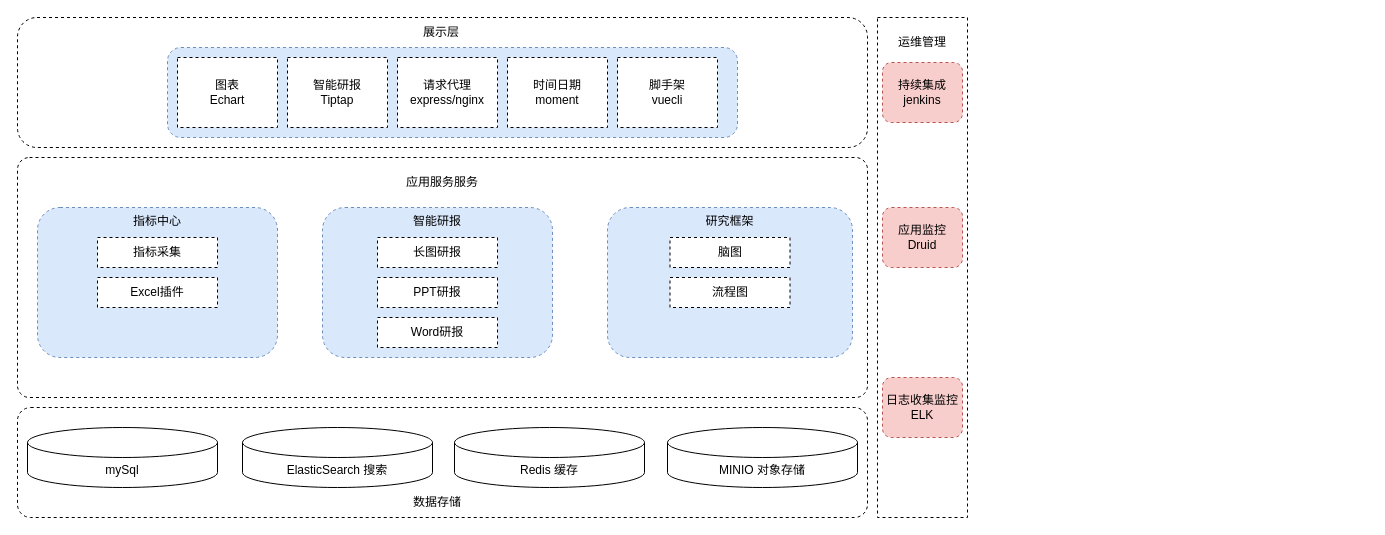
Earlier version of the draw.io diagram KM功能架构图.drawio (lance631/notes). Source tidied: cells renumbered, new cells numbered last; positions are measured from the earlier drawing's top-left corner, leaving out a move shared by most shapes. Both pictures are drawn from the tidied source at 100%, with x=0, y=0 at pixel (17, 17).
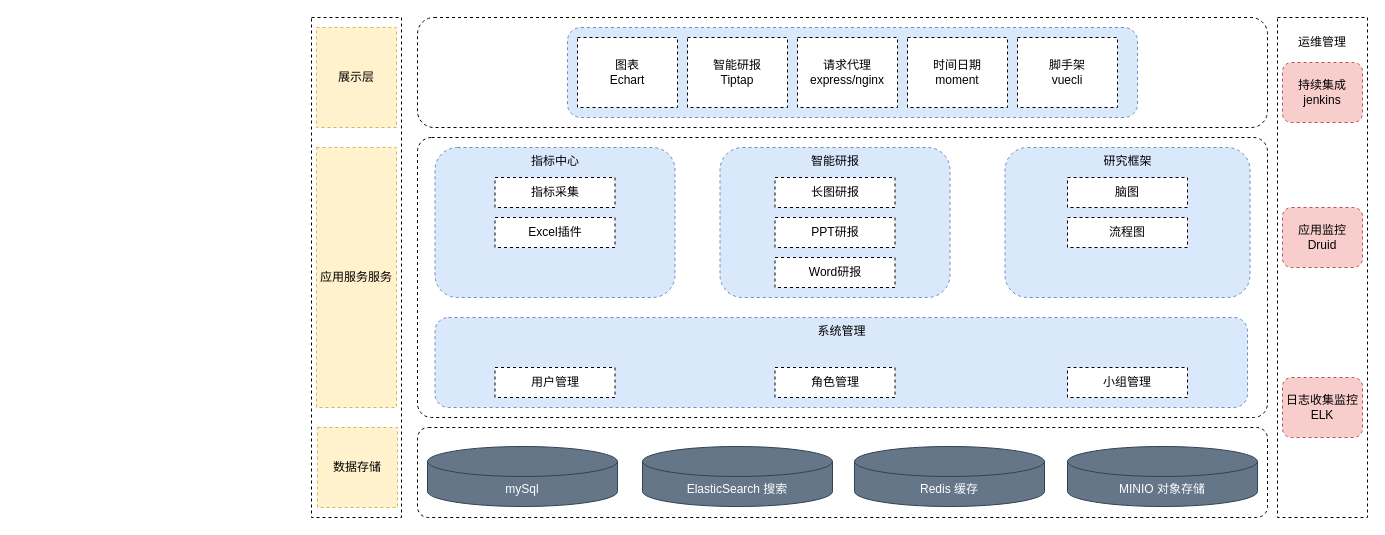
The same diagram, later.

Commit message:
更新KM功能架构图.drawio

Diff of the diagram source:
```diff
@@
+    <mxCell id="33" style="rounded=0;whiteSpace=wrap;html=1;dashed=1;" parent="1" vertex="1">
+      <mxGeometry x="294" width="90" height="500" as="geometry" />
+    </mxCell>
     <mxCell id="2" style="rounded=1;whiteSpace=wrap;html=1;dashed=1;arcSize=12;" parent="1" vertex="1">
-      <mxGeometry y="390" width="850" height="110" as="geometry" />
+      <mxGeometry x="400" y="410" width="850" height="90" as="geometry" />
     </mxCell>
-    <mxCell id="3" value="mySql" style="shape=cylinder3;whiteSpace=wrap;html=1;boundedLbl=1;backgroundOutline=1;size=15;" parent="1" vertex="1">
-      <mxGeometry x="10" y="410" width="190" height="60" as="geometry" />
+    <mxCell id="3" value="mySql" style="shape=cylinder3;whiteSpace=wrap;html=1;boundedLbl=1;backgroundOutline=1;size=15;fillColor=#647687;fontColor=#ffffff;strokeColor=#314354;" parent="1" vertex="1">
+      <mxGeometry x="410" y="429" width="190" height="60" as="geometry" />
     </mxCell>
-    <mxCell id="4" value="ElasticSearch 搜索" style="shape=cylinder3;whiteSpace=wrap;html=1;boundedLbl=1;backgroundOutline=1;size=15;" parent="1" vertex="1">
-      <mxGeometry x="225" y="410" width="190" height="60" as="geometry" />
+    <mxCell id="4" value="ElasticSearch 搜索" style="shape=cylinder3;whiteSpace=wrap;html=1;boundedLbl=1;backgroundOutline=1;size=15;fillColor=#647687;fontColor=#ffffff;strokeColor=#314354;" parent="1" vertex="1">
+      <mxGeometry x="625" y="429" width="190" height="60" as="geometry" />
     </mxCell>
-    <mxCell id="5" value="Redis 缓存" style="shape=cylinder3;whiteSpace=wrap;html=1;boundedLbl=1;backgroundOutline=1;size=15;" parent="1" vertex="1">
-      <mxGeometry x="437" y="410" width="190" height="60" as="geometry" />
+    <mxCell id="5" value="Redis 缓存" style="shape=cylinder3;whiteSpace=wrap;html=1;boundedLbl=1;backgroundOutline=1;size=15;fillColor=#647687;fontColor=#ffffff;strokeColor=#314354;" parent="1" vertex="1">
+      <mxGeometry x="837" y="429" width="190" height="60" as="geometry" />
     </mxCell>
-    <mxCell id="6" value="MINIO 对象存储" style="shape=cylinder3;whiteSpace=wrap;html=1;boundedLbl=1;backgroundOutline=1;size=15;" parent="1" vertex="1">
-      <mxGeometry x="650" y="410" width="190" height="60" as="geometry" />
+    <mxCell id="6" value="MINIO 对象存储" style="shape=cylinder3;whiteSpace=wrap;html=1;boundedLbl=1;backgroundOutline=1;size=15;fillColor=#647687;fontColor=#ffffff;strokeColor=#314354;" parent="1" vertex="1">
+      <mxGeometry x="1050" y="429" width="190" height="60" as="geometry" />
     </mxCell>
-    <mxCell id="7" value="数据存储" style="text;html=1;strokeColor=none;fillColor=none;align=center;verticalAlign=middle;whiteSpace=wrap;rounded=0;" parent="1" vertex="1">
-      <mxGeometry x="390" y="470" width="60" height="30" as="geometry" />
+    <mxCell id="7" value="数据存储" style="text;html=1;strokeColor=#d6b656;fillColor=#fff2cc;align=center;verticalAlign=middle;whiteSpace=wrap;rounded=0;dashed=1;" parent="1" vertex="1">
+      <mxGeometry x="300" y="410" width="80" height="80" as="geometry" />
     </mxCell>
     <mxCell id="8" style="rounded=1;whiteSpace=wrap;html=1;dashed=1;arcSize=5;" parent="1" vertex="1">
-      <mxGeometry y="140" width="850" height="240" as="geometry" />
+      <mxGeometry x="400" y="120" width="850" height="280" as="geometry" />
     </mxCell>
-    <mxCell id="9" value="应用服务服务" style="text;html=1;strokeColor=none;fillColor=none;align=center;verticalAlign=middle;whiteSpace=wrap;rounded=0;" parent="1" vertex="1">
-      <mxGeometry x="385" y="150" width="80" height="30" as="geometry" />
+    <mxCell id="9" value="应用服务服务" style="text;html=1;strokeColor=#d6b656;fillColor=#fff2cc;align=center;verticalAlign=middle;whiteSpace=wrap;rounded=0;dashed=1;" parent="1" vertex="1">
+      <mxGeometry x="299" y="130" width="80" height="260" as="geometry" />
     </mxCell>
     <mxCell id="10" value="指标中心" style="rounded=1;whiteSpace=wrap;html=1;dashed=1;fillColor=#dae8fc;strokeColor=#6c8ebf;verticalAlign=top;" parent="1" vertex="1">
-      <mxGeometry x="20" y="190" width="240" height="150" as="geometry" />
+      <mxGeometry x="417.5" y="130" width="240" height="150" as="geometry" />
     </mxCell>
     <mxCell id="11" value="智能研报" style="rounded=1;whiteSpace=wrap;html=1;dashed=1;fillColor=#dae8fc;strokeColor=#6c8ebf;verticalAlign=top;" parent="1" vertex="1">
-      <mxGeometry x="305" y="190" width="230" height="150" as="geometry" />
+      <mxGeometry x="702.5" y="130" width="230" height="150" as="geometry" />
     </mxCell>
     <mxCell id="12" value="研究框架" style="rounded=1;whiteSpace=wrap;html=1;dashed=1;fillColor=#dae8fc;strokeColor=#6c8ebf;verticalAlign=top;" parent="1" vertex="1">
-      <mxGeometry x="590" y="190" width="245" height="150" as="geometry" />
+      <mxGeometry x="987.5" y="130" width="245" height="150" as="geometry" />
     </mxCell>
     <mxCell id="13" value="长图研报" style="rounded=0;whiteSpace=wrap;html=1;dashed=1;" parent="1" vertex="1">
-      <mxGeometry x="360" y="220" width="120" height="30" as="geometry" />
+      <mxGeometry x="757.5" y="160" width="120" height="30" as="geometry" />
     </mxCell>
     <mxCell id="14" value="PPT研报" style="rounded=0;whiteSpace=wrap;html=1;dashed=1;" parent="1" vertex="1">
-      <mxGeometry x="360" y="260" width="120" height="30" as="geometry" />
+      <mxGeometry x="757.5" y="200" width="120" height="30" as="geometry" />
     </mxCell>
     <mxCell id="15" value="Word研报" style="rounded=0;whiteSpace=wrap;html=1;dashed=1;" parent="1" vertex="1">
-      <mxGeometry x="360" y="300" width="120" height="30" as="geometry" />
+      <mxGeometry x="757.5" y="240" width="120" height="30" as="geometry" />
     </mxCell>
     <mxCell id="16" value="脑图" style="rounded=0;whiteSpace=wrap;html=1;dashed=1;" parent="1" vertex="1">
-      <mxGeometry x="652.5" y="220" width="120" height="30" as="geometry" />
+      <mxGeometry x="1050" y="160" width="120" height="30" as="geometry" />
     </mxCell>
     <mxCell id="17" value="流程图" style="rounded=0;whiteSpace=wrap;html=1;dashed=1;" parent="1" vertex="1">
-      <mxGeometry x="652.5" y="260" width="120" height="30" as="geometry" />
+      <mxGeometry x="1050" y="200" width="120" height="30" as="geometry" />
     </mxCell>
     <mxCell id="18" value="指标采集" style="rounded=0;whiteSpace=wrap;html=1;dashed=1;" parent="1" vertex="1">
-      <mxGeometry x="80" y="220" width="120" height="30" as="geometry" />
+      <mxGeometry x="477.5" y="160" width="120" height="30" as="geometry" />
     </mxCell>
     <mxCell id="19" value="Excel插件" style="rounded=0;whiteSpace=wrap;html=1;dashed=1;" parent="1" vertex="1">
-      <mxGeometry x="80" y="260" width="120" height="30" as="geometry" />
+      <mxGeometry x="477.5" y="200" width="120" height="30" as="geometry" />
     </mxCell>
     <mxCell id="20" style="rounded=1;whiteSpace=wrap;html=1;dashed=1;" parent="1" vertex="1">
-      <mxGeometry width="850" height="130" as="geometry" />
+      <mxGeometry x="400" width="850" height="110" as="geometry" />
     </mxCell>
-    <mxCell id="21" value="展示层" style="text;html=1;strokeColor=none;fillColor=none;align=center;verticalAlign=middle;whiteSpace=wrap;rounded=0;" parent="1" vertex="1">
-      <mxGeometry x="384" width="80" height="30" as="geometry" />
+    <mxCell id="21" value="展示层" style="text;html=1;strokeColor=#d6b656;fillColor=#fff2cc;align=center;verticalAlign=middle;whiteSpace=wrap;rounded=0;dashed=1;" parent="1" vertex="1">
+      <mxGeometry x="299" y="10" width="80" height="100" as="geometry" />
     </mxCell>
     <mxCell id="22" style="rounded=1;whiteSpace=wrap;html=1;dashed=1;fillColor=#dae8fc;strokeColor=#6c8ebf;verticalAlign=top;" parent="1" vertex="1">
-      <mxGeometry x="150" y="30" width="570" height="90" as="geometry" />
+      <mxGeometry x="550" y="10" width="570" height="90" as="geometry" />
     </mxCell>
     <mxCell id="23" value="图表&lt;br&gt;Echart" style="rounded=0;whiteSpace=wrap;html=1;dashed=1;" parent="1" vertex="1">
-      <mxGeometry x="160" y="40" width="100" height="70" as="geometry" />
+      <mxGeometry x="560" y="20" width="100" height="70" as="geometry" />
     </mxCell>
     <mxCell id="24" value="智能研报&lt;br&gt;Tiptap" style="rounded=0;whiteSpace=wrap;html=1;dashed=1;" parent="1" vertex="1">
-      <mxGeometry x="270" y="40" width="100" height="70" as="geometry" />
+      <mxGeometry x="670" y="20" width="100" height="70" as="geometry" />
     </mxCell>
     <mxCell id="25" value="请求代理&lt;br&gt;express/nginx" style="rounded=0;whiteSpace=wrap;html=1;dashed=1;" parent="1" vertex="1">
-      <mxGeometry x="380" y="40" width="100" height="70" as="geometry" />
+      <mxGeometry x="780" y="20" width="100" height="70" as="geometry" />
     </mxCell>
     <mxCell id="26" value="时间日期&lt;br&gt;moment" style="rounded=0;whiteSpace=wrap;html=1;dashed=1;" parent="1" vertex="1">
-      <mxGeometry x="490" y="40" width="100" height="70" as="geometry" />
+      <mxGeometry x="890" y="20" width="100" height="70" as="geometry" />
     </mxCell>
     <mxCell id="27" value="脚手架&lt;br&gt;vuecli" style="rounded=0;whiteSpace=wrap;html=1;dashed=1;" parent="1" vertex="1">
-      <mxGeometry x="600" y="40" width="100" height="70" as="geometry" />
+      <mxGeometry x="1000" y="20" width="100" height="70" as="geometry" />
     </mxCell>
     <mxCell id="28" style="rounded=0;whiteSpace=wrap;html=1;dashed=1;" parent="1" vertex="1">
-      <mxGeometry x="860" width="90" height="500" as="geometry" />
+      <mxGeometry x="1260" width="90" height="500" as="geometry" />
     </mxCell>
     <mxCell id="29" value="运维管理" style="text;html=1;strokeColor=none;fillColor=none;align=center;verticalAlign=middle;whiteSpace=wrap;rounded=0;" parent="1" vertex="1">
-      <mxGeometry x="865" y="10" width="80" height="30" as="geometry" />
+      <mxGeometry x="1265" y="10" width="80" height="30" as="geometry" />
     </mxCell>
     <mxCell id="30" value="持续集成&lt;br&gt;jenkins" style="rounded=1;whiteSpace=wrap;html=1;dashed=1;fillColor=#f8cecc;strokeColor=#b85450;" parent="1" vertex="1">
-      <mxGeometry x="865" y="45" width="80" height="60" as="geometry" />
+      <mxGeometry x="1265" y="45" width="80" height="60" as="geometry" />
     </mxCell>
     <mxCell id="31" value="应用监控&lt;br&gt;Druid" style="rounded=1;whiteSpace=wrap;html=1;dashed=1;fillColor=#f8cecc;strokeColor=#b85450;" parent="1" vertex="1">
-      <mxGeometry x="865" y="190" width="80" height="60" as="geometry" />
+      <mxGeometry x="1265" y="190" width="80" height="60" as="geometry" />
     </mxCell>
     <mxCell id="32" value="日志收集监控ELK" style="rounded=1;whiteSpace=wrap;html=1;dashed=1;fillColor=#f8cecc;strokeColor=#b85450;" parent="1" vertex="1">
-      <mxGeometry x="865" y="360" width="80" height="60" as="geometry" />
+      <mxGeometry x="1265" y="360" width="80" height="60" as="geometry" />
     </mxCell>
+    <mxCell id="34" value="系统管理" style="rounded=1;whiteSpace=wrap;html=1;dashed=1;fillColor=#dae8fc;strokeColor=#6c8ebf;verticalAlign=top;" parent="1" vertex="1">
+      <mxGeometry x="417.5" y="300" width="812.5" height="90" as="geometry" />
+    </mxCell>
+    <mxCell id="35" value="用户管理" style="rounded=0;whiteSpace=wrap;html=1;dashed=1;" parent="1" vertex="1">
+      <mxGeometry x="477.5" y="350" width="120" height="30" as="geometry" />
+    </mxCell>
+    <mxCell id="36" value="角色管理" style="rounded=0;whiteSpace=wrap;html=1;dashed=1;" parent="1" vertex="1">
+      <mxGeometry x="757.5" y="350" width="120" height="30" as="geometry" />
+    </mxCell>
+    <mxCell id="37" value="小组管理" style="rounded=0;whiteSpace=wrap;html=1;dashed=1;" parent="1" vertex="1">
+      <mxGeometry x="1050" y="350" width="120" height="30" as="geometry" />
+    </mxCell>
```
